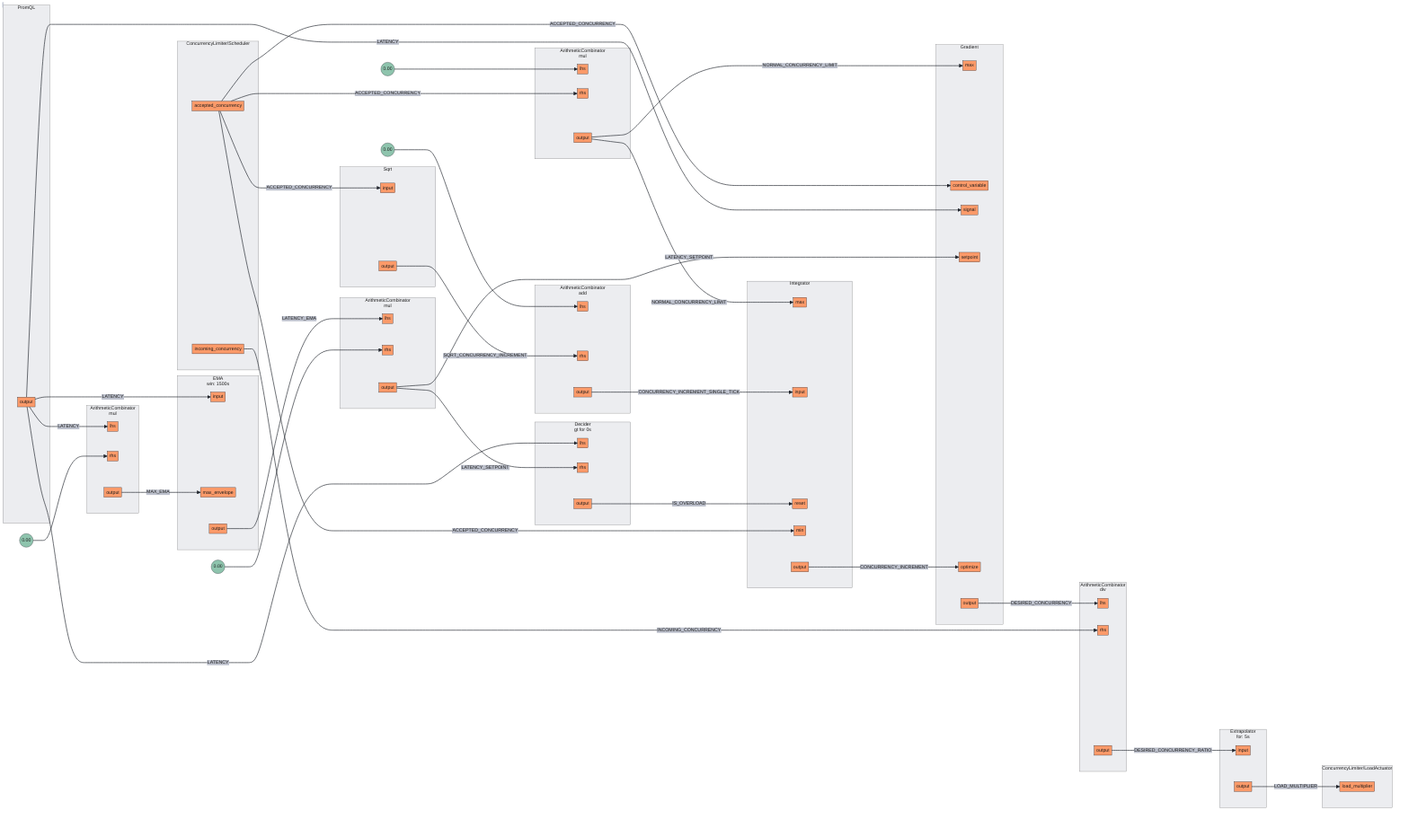
Earlier version of the Mermaid export docs/content/tutorials/flow-control/concurrency-limiting/assets/basic-concurrency-limiting/basic-concurrency-limiting.mmd.png (fluxninja/aperture). Its source is kept beside it as docs/content/tutorials/flow-control/concurrency-limiting/assets/basic-concurrency-limiting/basic-concurrency-limiting.mmd.
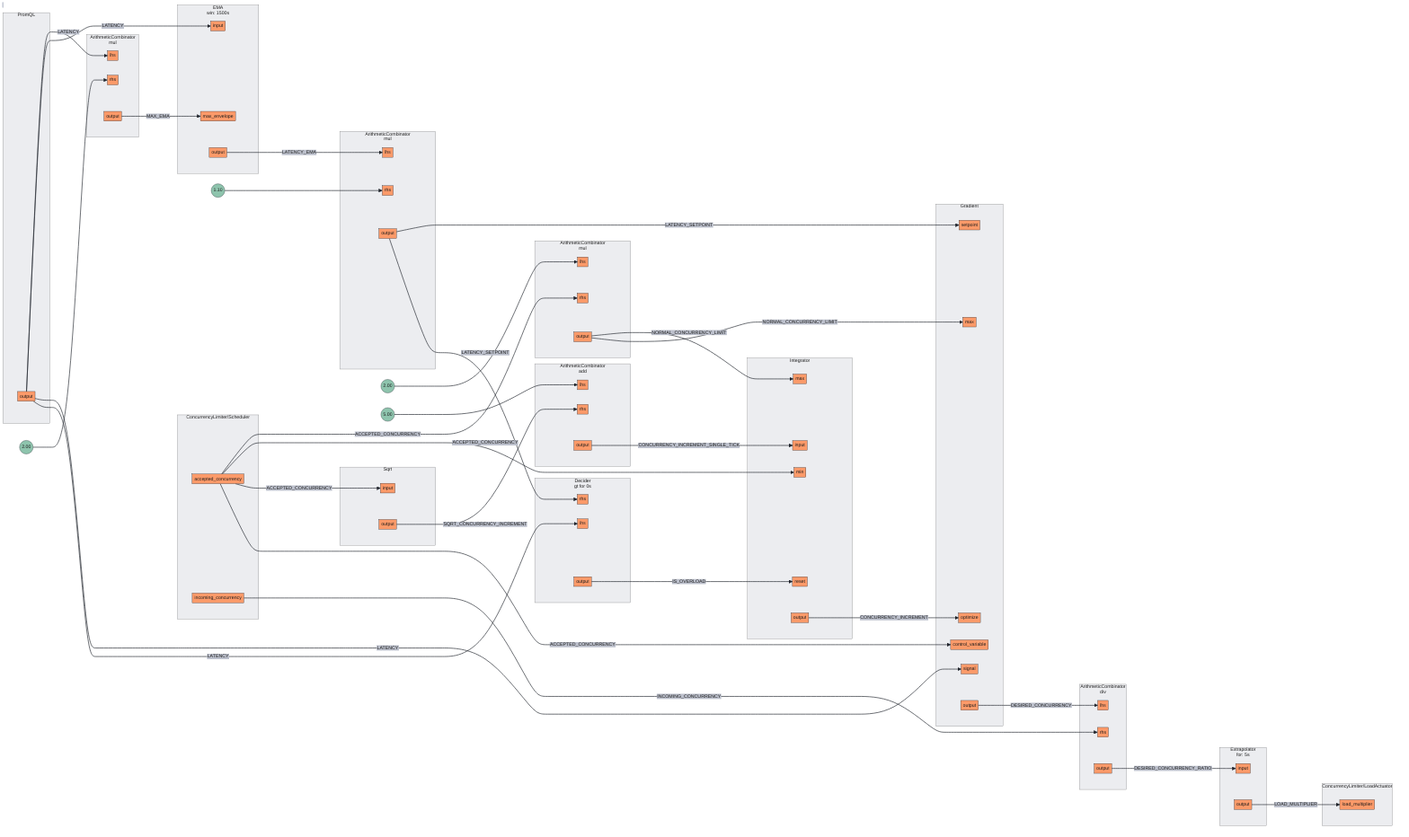
After the commit.

Diff of the diagram source:
```diff
@@ -10,7 +10,7 @@
 0output[output]
 end
 end
-FakeConstant0((0.00))
+FakeConstant0((2.00))
 FakeConstant0 --> 0rhs
 subgraph 1[<center>ArithmeticCombinator<br/>mul</center>]
 subgraph 1_inports[ ]
@@ -23,7 +23,7 @@
 1output[output]
 end
 end
-FakeConstant1((0.00))
+FakeConstant1((1.10))
 FakeConstant1 --> 1rhs
 subgraph 2[<center>ArithmeticCombinator<br/>div</center>]
 subgraph 2_inports[ ]
@@ -47,20 +47,20 @@
 3output[output]
 end
 end
-FakeConstant2((0.00))
+FakeConstant2((2.00))
 FakeConstant2 --> 3lhs
 subgraph 4[<center>ArithmeticCombinator<br/>add</center>]
 subgraph 4_inports[ ]
 style 4_inports fill:none,stroke:none
+4rhs[rhs]
 4lhs[lhs]
-4rhs[rhs]
 end
 subgraph 4_outports[ ]
 style 4_outports fill:none,stroke:none
 4output[output]
 end
 end
-FakeConstant3((0.00))
+FakeConstant3((5.00))
 FakeConstant3 --> 4lhs
 subgraph 5[Integrator]
 subgraph 5_inports[ ]
@@ -105,11 +105,11 @@
 subgraph 9[Gradient]
 subgraph 9_inports[ ]
 style 9_inports fill:none,stroke:none
-9max[max]
 9control_variable[control_variable]
 9signal[signal]
 9setpoint[setpoint]
 9optimize[optimize]
+9max[max]
 end
 subgraph 9_outports[ ]
 style 9_outports fill:none,stroke:none
@@ -129,8 +129,8 @@
 subgraph 11.Scheduler[ConcurrencyLimiter/Scheduler]
 subgraph 11.Scheduler_outports[ ]
 style 11.Scheduler_outports fill:none,stroke:none
+11.Scheduleraccepted_concurrency[accepted_concurrency]
 11.Schedulerincoming_concurrency[incoming_concurrency]
-11.Scheduleraccepted_concurrency[accepted_concurrency]
 end
 end
 subgraph 11.LoadActuator[ConcurrencyLimiter/LoadActuator]
@@ -150,25 +150,25 @@
 12output[output]
 end
 end
+0output --> |MAX_EMA| 8max_envelope
+5output --> |CONCURRENCY_INCREMENT| 9optimize
+8output --> |LATENCY_EMA| 1lhs
+9output --> |DESIRED_CONCURRENCY| 2lhs
+11.Scheduleraccepted_concurrency --> |ACCEPTED_CONCURRENCY| 3rhs
+11.Scheduleraccepted_concurrency --> |ACCEPTED_CONCURRENCY| 5min
+11.Scheduleraccepted_concurrency --> |ACCEPTED_CONCURRENCY| 6input
+11.Scheduleraccepted_concurrency --> |ACCEPTED_CONCURRENCY| 9control_variable
+1output --> |LATENCY_SETPOINT| 9setpoint
+1output --> |LATENCY_SETPOINT| 12rhs
 2output --> |DESIRED_CONCURRENCY_RATIO| 10input
-3output --> |NORMAL_CONCURRENCY_LIMIT| 5max
-3output --> |NORMAL_CONCURRENCY_LIMIT| 9max
-5output --> |CONCURRENCY_INCREMENT| 9optimize
-10output --> |LOAD_MULTIPLIER| 11.LoadActuatorload_multiplier
-11.Schedulerincoming_concurrency --> |INCOMING_CONCURRENCY| 2rhs
-0output --> |MAX_EMA| 8max_envelope
+4output --> |CONCURRENCY_INCREMENT_SINGLE_TICK| 5input
 7output --> |LATENCY| 0lhs
 7output --> |LATENCY| 8input
 7output --> |LATENCY| 9signal
 7output --> |LATENCY| 12lhs
-11.Scheduleraccepted_concurrency --> |ACCEPTED_CONCURRENCY| 3rhs
-11.Scheduleraccepted_concurrency --> |ACCEPTED_CONCURRENCY| 5min
-11.Scheduleraccepted_concurrency --> |ACCEPTED_CONCURRENCY| 6input
-11.Scheduleraccepted_concurrency --> |ACCEPTED_CONCURRENCY| 9control_variable
+10output --> |LOAD_MULTIPLIER| 11.LoadActuatorload_multiplier
+3output --> |NORMAL_CONCURRENCY_LIMIT| 5max
+3output --> |NORMAL_CONCURRENCY_LIMIT| 9max
+6output --> |SQRT_CONCURRENCY_INCREMENT| 4rhs
+11.Schedulerincoming_concurrency --> |INCOMING_CONCURRENCY| 2rhs
 12output --> |IS_OVERLOAD| 5reset
-1output --> |LATENCY_SETPOINT| 9setpoint
-1output --> |LATENCY_SETPOINT| 12rhs
-4output --> |CONCURRENCY_INCREMENT_SINGLE_TICK| 5input
-6output --> |SQRT_CONCURRENCY_INCREMENT| 4rhs
-8output --> |LATENCY_EMA| 1lhs
-9output --> |DESIRED_CONCURRENCY| 2lhs
```
